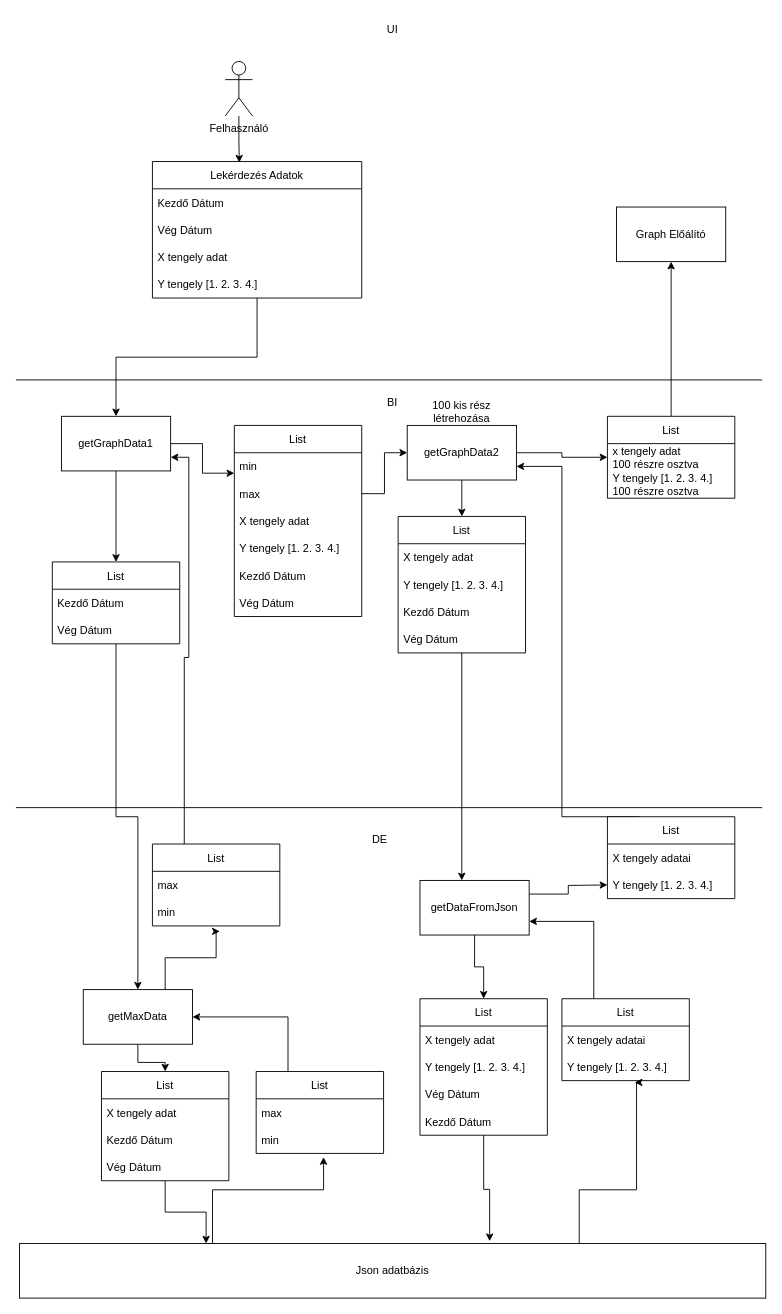
Before: Megnevezetlen diagram.drawio in Cryptologusok/criptologusok, a draw.io diagram. Source tidied: cells renumbered, new cells numbered last; positions are measured from the earlier drawing's top-left corner, leaving out a move shared by most shapes. Both pictures are drawn from the tidied source at 91%, with x=0, y=0 at pixel (15, 15).
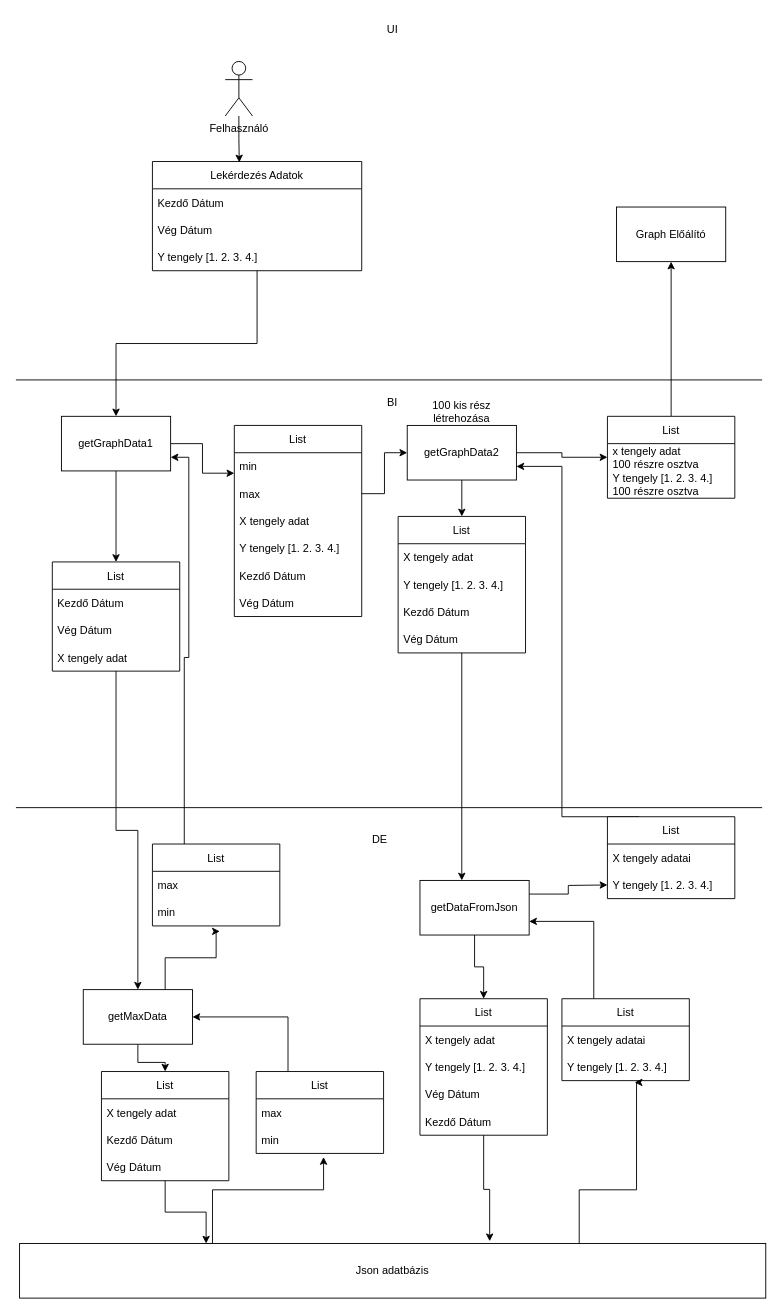
After the change.

The edit, as a diff of the source:
```diff
@@
     <mxCell id="3" value="Lekérdezés Adatok" style="swimlane;fontStyle=0;horizontal=1;startSize=30;" parent="1" vertex="1">
-      <mxGeometry x="150" y="160" width="230" height="150" as="geometry" />
+      <mxGeometry x="150" y="160" width="230" height="120" as="geometry" />
     </mxCell>
@@
-    <mxCell id="6" value="X tengely adat" style="text;strokeColor=none;fillColor=none;align=left;verticalAlign=middle;spacingLeft=4;spacingRight=4;overflow=hidden;" parent="3" vertex="1">
-      <mxGeometry y="90" width="230" height="30" as="geometry" />
-    </mxCell>
     <mxCell id="7" value="Y tengely [1. 2. 3. 4.]" style="text;strokeColor=none;fillColor=none;align=left;verticalAlign=middle;spacingLeft=4;spacingRight=4;overflow=hidden;" parent="3" vertex="1">
-      <mxGeometry y="120" width="230" height="30" as="geometry" />
+      <mxGeometry y="90" width="230" height="30" as="geometry" />
     </mxCell>
@@
     <mxCell id="17" value="List" style="swimlane;fontStyle=0;horizontal=1;startSize=30;" parent="1" vertex="1">
-      <mxGeometry x="40" y="600" width="140" height="90" as="geometry" />
+      <mxGeometry x="40" y="600" width="140" height="120" as="geometry" />
     </mxCell>
@@
+    <mxCell id="6" value="X tengely adat" style="text;strokeColor=none;fillColor=none;align=left;verticalAlign=middle;spacingLeft=4;spacingRight=4;overflow=hidden;" parent="17" vertex="1">
+      <mxGeometry y="90" width="140" height="30" as="geometry" />
+    </mxCell>
```
